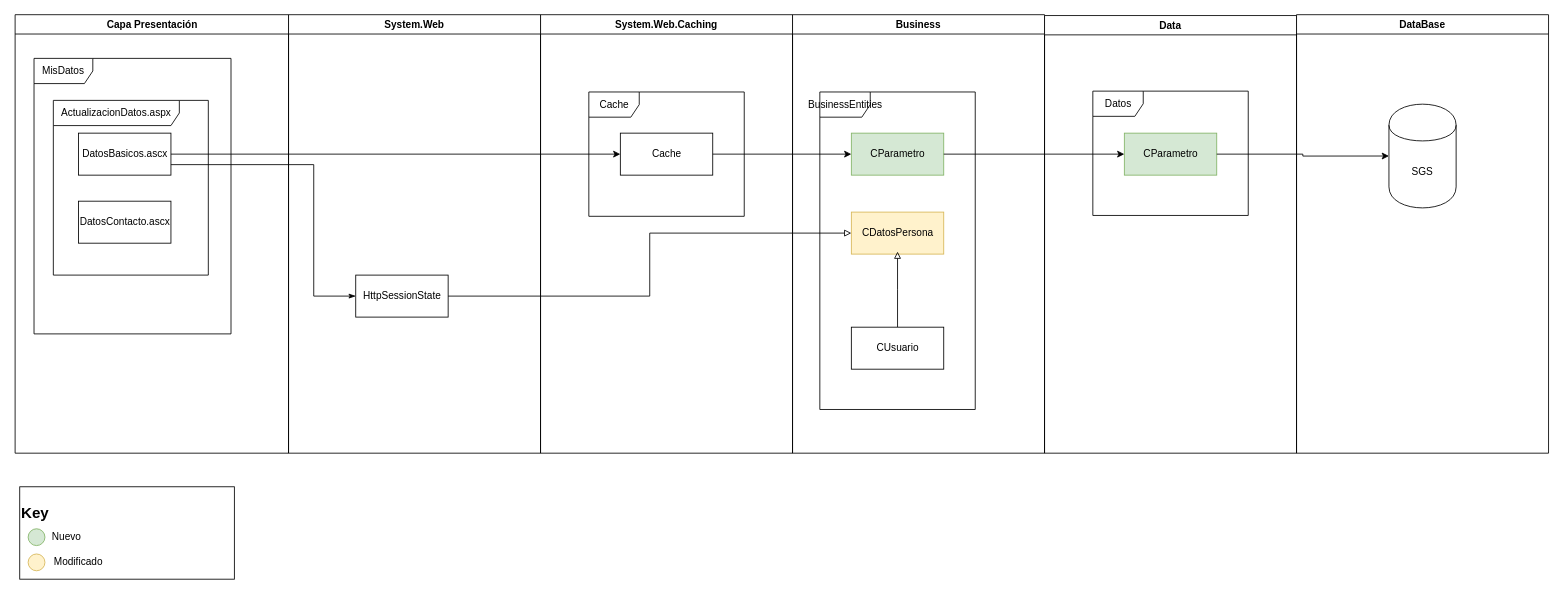
This is MultiTired.drawio from carlosvalderrama1204/Circular007, a draw.io file, before an edit. Source tidied: cells renumbered, new cells numbered last; positions are measured from the earlier drawing's top-left corner, leaving out a move shared by most shapes. Both pictures are drawn from the tidied source at 84%, with x=0, y=0 at pixel (14, 14).
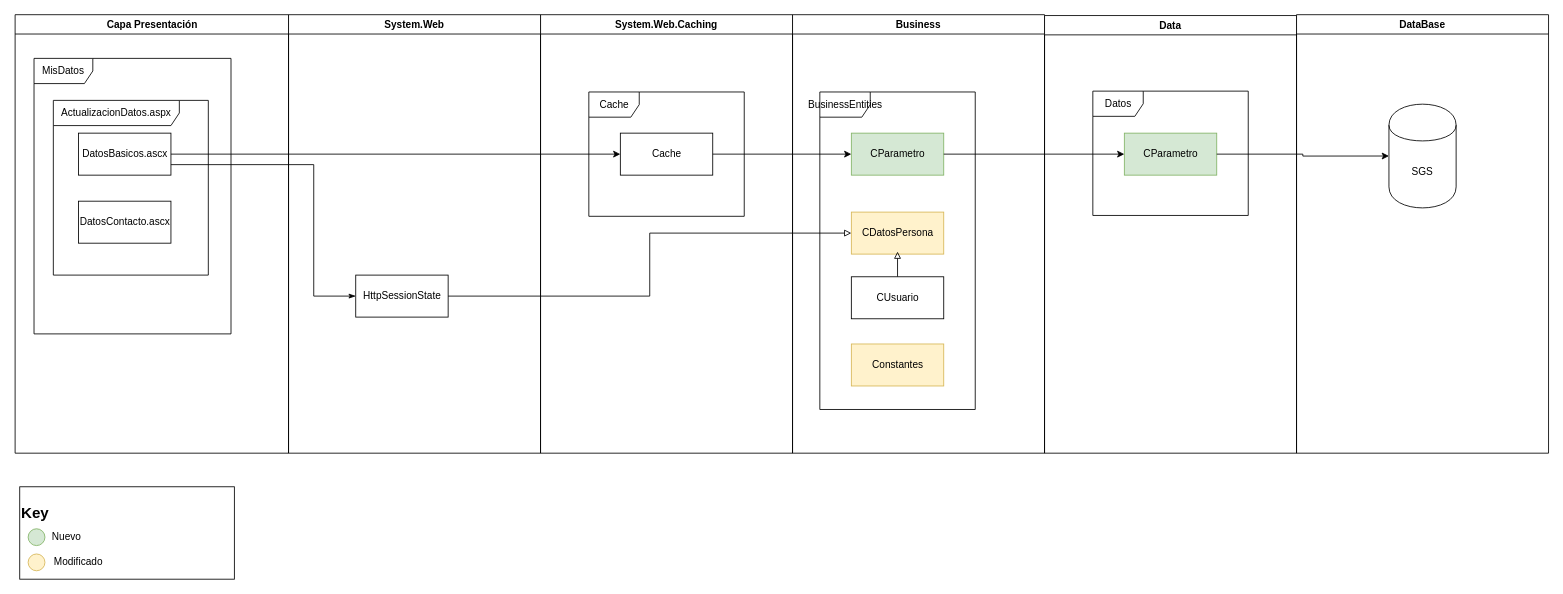
Above is the later version.

The change refers to these unchanged cells:
```xml
<mxCell id="10" value="Business" style="swimlane;whiteSpace=wrap;" parent="1" vertex="1">
  <mxGeometry x="926" width="300" height="522" as="geometry" />
</mxCell>
```

The edit, as a diff of the source:
```diff
@@
     <mxCell id="15" value="CUsuario" style="html=1;" parent="10" vertex="1">
-      <mxGeometry x="70" y="372" width="110" height="50" as="geometry" />
+      <mxGeometry x="70" y="312" width="110" height="50" as="geometry" />
     </mxCell>
+    <mxCell id="34" value="Constantes" style="html=1;fillColor=#fff2cc;strokeColor=#d6b656;" parent="10" vertex="1">
+      <mxGeometry x="70" y="392" width="110" height="50" as="geometry" />
+    </mxCell>
```
